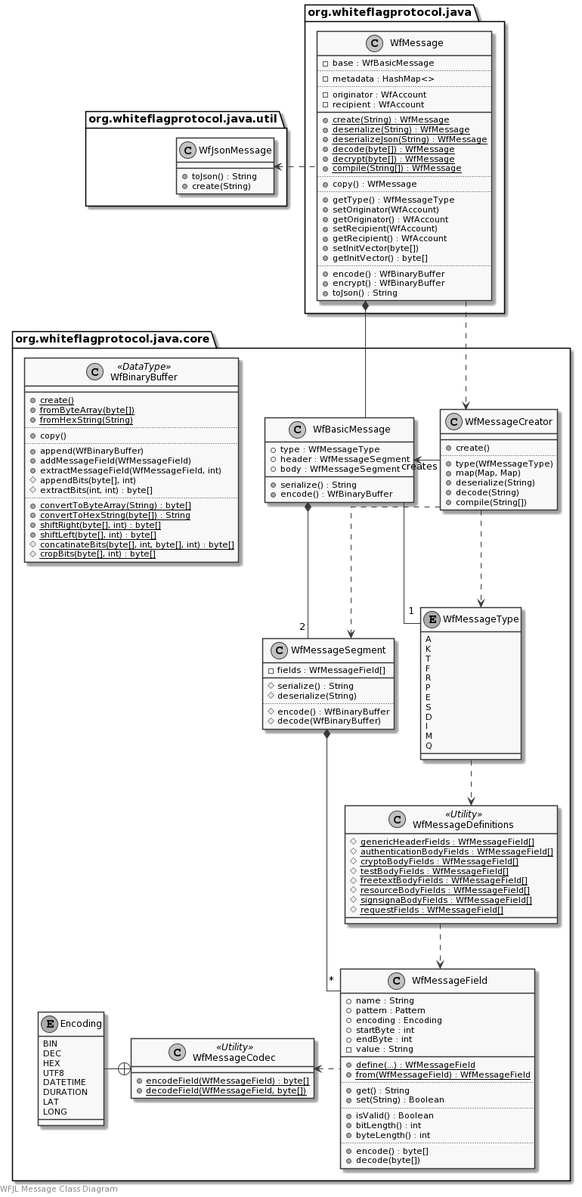
This is docs/uml/messages.png from WhiteflagProtocol/whiteflag-java, a PlantUML export, as it was before one commit.
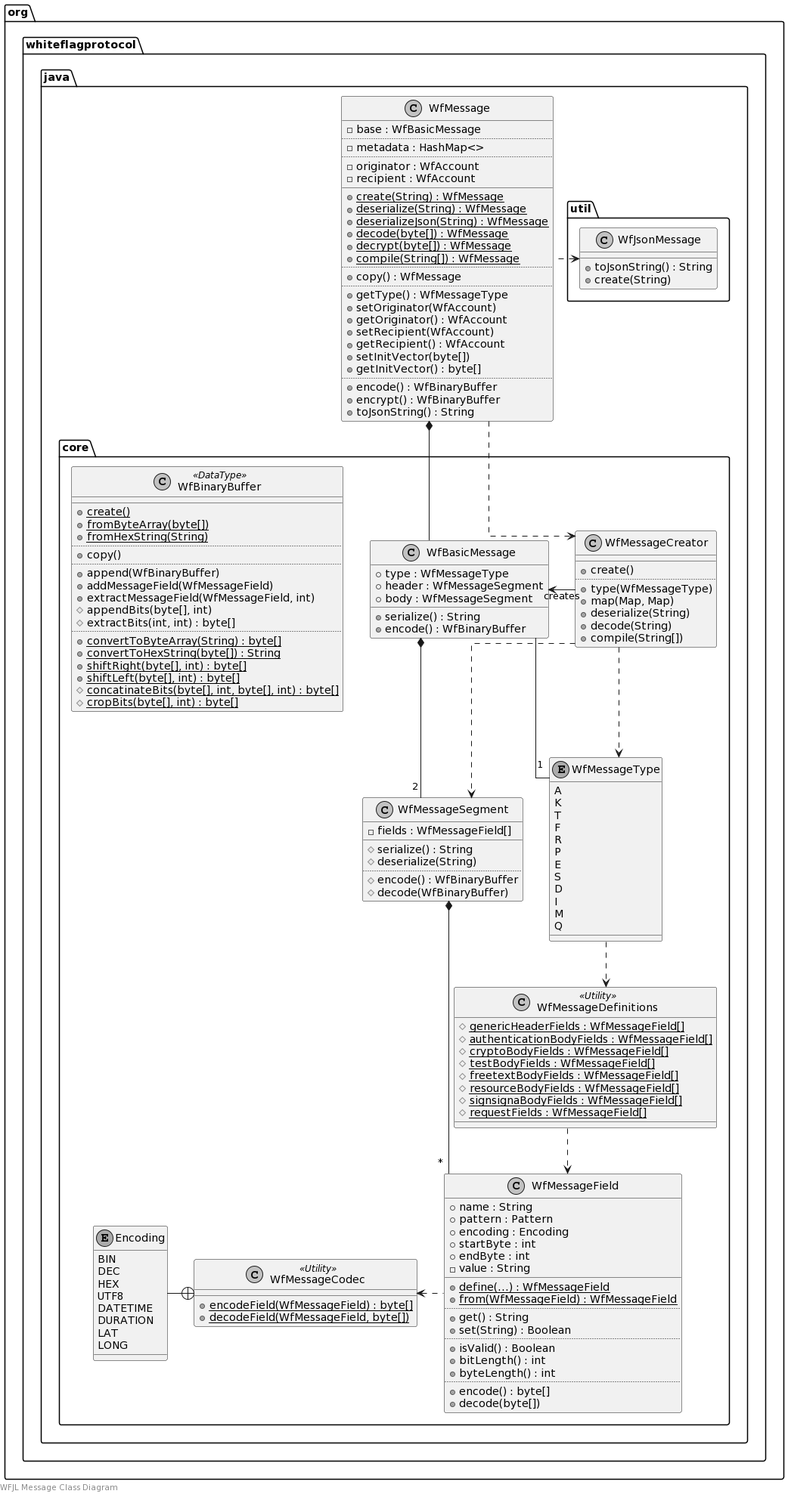
The same diagram one commit later.

Change to the diagram source:
```diff
@@ -115,7 +115,7 @@
 
 package org.whiteflagprotocol.java.util {
     class WfJsonMessage {
-        +toJson() : String
+        +toJsonString() : String
         +create(String)
     }
 }
@@ -148,7 +148,7 @@
         ..
         +encode() : WfBinaryBuffer
         +encrypt() : WfBinaryBuffer
-        +toJson() : String
+        +toJsonString() : String
     }
 }
 
```
